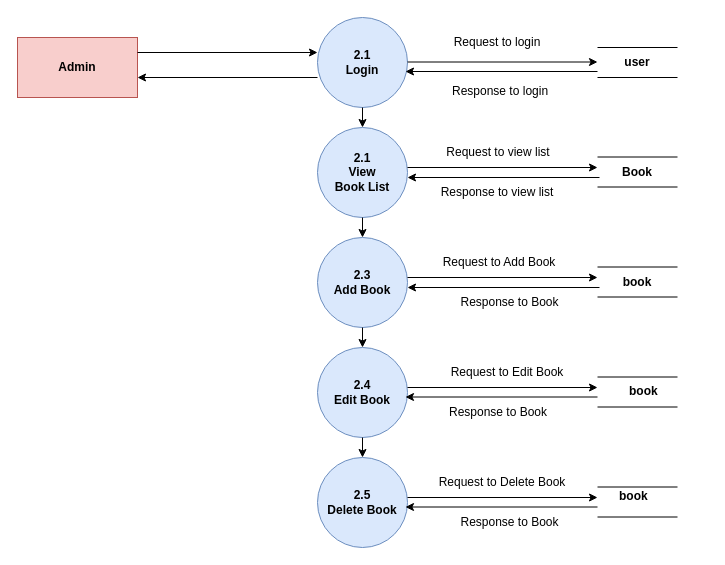
Above: BookStore/digrams/Admin_2level[book]dfd.drawio in khushipatel2708/OnlineBookStore (draw.io), before the change. Source tidied: cells renumbered, new cells numbered last; positions are measured from the earlier drawing's top-left corner, leaving out a move shared by most shapes. Both pictures are drawn from the tidied source at 100%, with x=0, y=0 at pixel (17, 17).
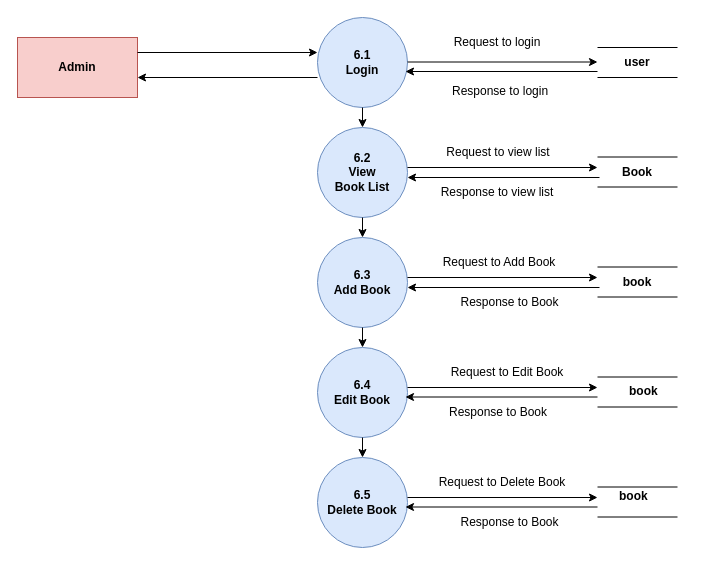
Above is the later version.

The edit, as a diff of the source:
```diff
@@
-    <mxCell id="3" value="2.1&lt;div&gt;Login&lt;/div&gt;" style="ellipse;html=1;fillColor=#dae8fc;strokeColor=#6c8ebf;fontStyle=1;textShadow=0;whiteSpace=wrap;" parent="1" vertex="1">
+    <mxCell id="3" value="6.1&lt;div&gt;Login&lt;/div&gt;" style="ellipse;html=1;fillColor=#dae8fc;strokeColor=#6c8ebf;fontStyle=1;textShadow=0;whiteSpace=wrap;" parent="1" vertex="1">
       <mxGeometry x="300" width="90" height="90" as="geometry" />
     </mxCell>
-    <mxCell id="4" value="2.3&lt;div&gt;Add&amp;nbsp;&lt;span style=&quot;background-color: transparent; color: light-dark(rgb(0, 0, 0), rgb(255, 255, 255));&quot;&gt;Book&lt;/span&gt;&lt;/div&gt;" style="ellipse;html=1;fillColor=#dae8fc;strokeColor=#6c8ebf;fontStyle=1;textShadow=0;whiteSpace=wrap;" parent="1" vertex="1">
+    <mxCell id="4" value="6.3&lt;br&gt;&lt;div&gt;Add&amp;nbsp;&lt;span style=&quot;background-color: transparent; color: light-dark(rgb(0, 0, 0), rgb(255, 255, 255));&quot;&gt;Book&lt;/span&gt;&lt;/div&gt;" style="ellipse;html=1;fillColor=#dae8fc;strokeColor=#6c8ebf;fontStyle=1;textShadow=0;whiteSpace=wrap;" parent="1" vertex="1">
       <mxGeometry x="300" y="220" width="90" height="90" as="geometry" />
     </mxCell>
-    <mxCell id="5" value="2.4&lt;br&gt;Edit&amp;nbsp;&lt;span style=&quot;background-color: transparent; color: light-dark(rgb(0, 0, 0), rgb(255, 255, 255));&quot;&gt;Book&lt;/span&gt;" style="ellipse;html=1;fillColor=#dae8fc;strokeColor=#6c8ebf;fontStyle=1;textShadow=0;whiteSpace=wrap;" parent="1" vertex="1">
+    <mxCell id="5" value="6.4&lt;br&gt;Edit&amp;nbsp;&lt;span style=&quot;background-color: transparent; color: light-dark(rgb(0, 0, 0), rgb(255, 255, 255));&quot;&gt;Book&lt;/span&gt;" style="ellipse;html=1;fillColor=#dae8fc;strokeColor=#6c8ebf;fontStyle=1;textShadow=0;whiteSpace=wrap;" parent="1" vertex="1">
       <mxGeometry x="300" y="330" width="90" height="90" as="geometry" />
     </mxCell>
-    <mxCell id="6" value="2.5&lt;br&gt;Delete Book" style="ellipse;html=1;fillColor=#dae8fc;strokeColor=#6c8ebf;fontStyle=1;textShadow=0;whiteSpace=wrap;" parent="1" vertex="1">
+    <mxCell id="6" value="6.5&lt;div&gt;Delete Book&lt;/div&gt;" style="ellipse;html=1;fillColor=#dae8fc;strokeColor=#6c8ebf;fontStyle=1;textShadow=0;whiteSpace=wrap;" parent="1" vertex="1">
       <mxGeometry x="300" y="440" width="90" height="90" as="geometry" />
     </mxCell>
@@
-    <mxCell id="31" value="2.1&lt;div&gt;View &lt;br&gt;Book&amp;nbsp;&lt;span style=&quot;background-color: transparent; color: light-dark(rgb(0, 0, 0), rgb(255, 255, 255));&quot;&gt;List&lt;/span&gt;&lt;/div&gt;" style="ellipse;html=1;fillColor=#dae8fc;strokeColor=#6c8ebf;fontStyle=1;textShadow=0;whiteSpace=wrap;" parent="1" vertex="1">
+    <mxCell id="31" value="6.2&lt;br&gt;&lt;div&gt;View &lt;br&gt;Book&amp;nbsp;&lt;span style=&quot;background-color: transparent; color: light-dark(rgb(0, 0, 0), rgb(255, 255, 255));&quot;&gt;List&lt;/span&gt;&lt;/div&gt;" style="ellipse;html=1;fillColor=#dae8fc;strokeColor=#6c8ebf;fontStyle=1;textShadow=0;whiteSpace=wrap;" parent="1" vertex="1">
       <mxGeometry x="300" y="110" width="90" height="90" as="geometry" />
     </mxCell>
```
